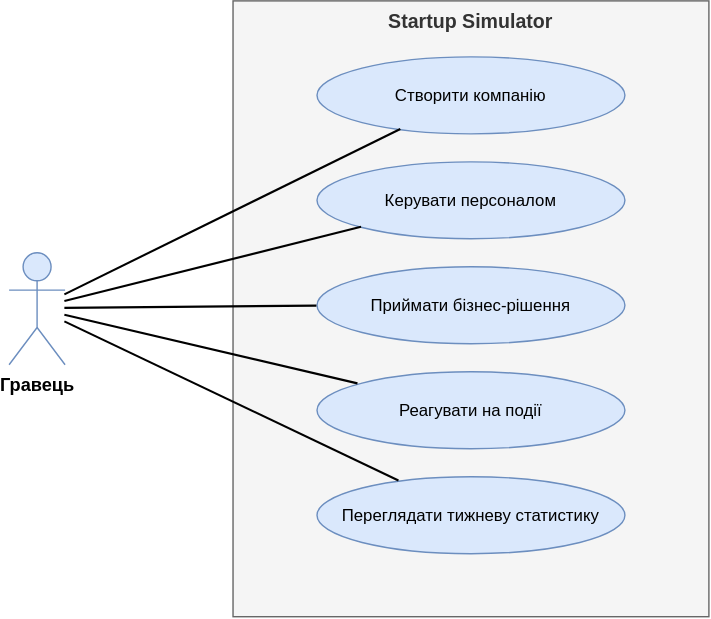
Earlier version of the draw.io export docs/images/use-case.drawio.svg (yehor-kostiuk/sim). Source tidied: cells renumbered, new cells last; positions are measured from the earlier drawing's top-left corner, leaving out a move shared by most shapes.
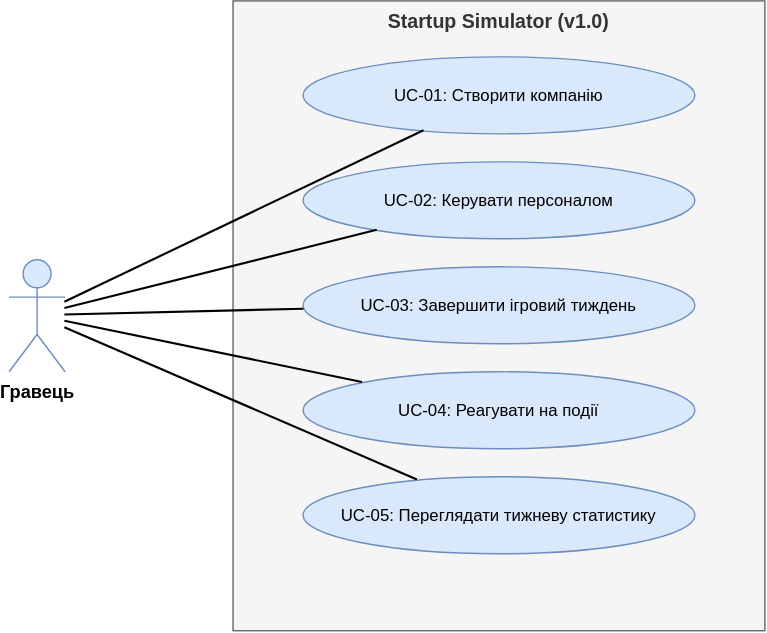
The same file after the commit.

Commit message:
docs: fix UML and CASE model

Diff of the diagram source:
```diff
@@ -2,26 +2,26 @@
   <root>
     <mxCell id="0" />
     <mxCell id="1" parent="0" />
-    <mxCell id="2" value="Startup Simulator" style="rounded=0;whiteSpace=wrap;html=1;verticalAlign=top;fontStyle=1;fontSize=14;fillColor=#f5f5f5;strokeColor=#666666;fontColor=#333333;" parent="1" vertex="1">
-      <mxGeometry x="160" width="340" height="440" as="geometry" />
+    <mxCell id="2" value="Startup Simulator (v1.0)" style="rounded=0;whiteSpace=wrap;html=1;verticalAlign=top;fontStyle=1;fontSize=14;fillColor=#f5f5f5;strokeColor=#666666;fontColor=#333333;" parent="1" vertex="1">
+      <mxGeometry x="170" width="380" height="450" as="geometry" />
     </mxCell>
     <mxCell id="3" value="Гравець" style="shape=umlActor;verticalLabelPosition=bottom;verticalAlign=top;html=1;outlineConnect=0;fontStyle=1;fontSize=13;fillColor=#dae8fc;strokeColor=#6c8ebf;" parent="1" vertex="1">
-      <mxGeometry y="180" width="40" height="80" as="geometry" />
+      <mxGeometry x="10" y="185" width="40" height="80" as="geometry" />
     </mxCell>
-    <mxCell id="4" value="Створити компанію" style="ellipse;whiteSpace=wrap;html=1;fillColor=#dae8fc;strokeColor=#6c8ebf;fontSize=12;" parent="1" vertex="1">
-      <mxGeometry x="220" y="40" width="220" height="55" as="geometry" />
+    <mxCell id="4" value="UC-01: Створити компанію" style="ellipse;whiteSpace=wrap;html=1;fillColor=#dae8fc;strokeColor=#6c8ebf;fontSize=12;" parent="1" vertex="1">
+      <mxGeometry x="220" y="40" width="280" height="55" as="geometry" />
     </mxCell>
-    <mxCell id="5" value="Керувати персоналом" style="ellipse;whiteSpace=wrap;html=1;fillColor=#dae8fc;strokeColor=#6c8ebf;fontSize=12;" parent="1" vertex="1">
-      <mxGeometry x="220" y="115" width="220" height="55" as="geometry" />
+    <mxCell id="5" value="UC-02: Керувати персоналом" style="ellipse;whiteSpace=wrap;html=1;fillColor=#dae8fc;strokeColor=#6c8ebf;fontSize=12;" parent="1" vertex="1">
+      <mxGeometry x="220" y="115" width="280" height="55" as="geometry" />
     </mxCell>
-    <mxCell id="6" value="Приймати бізнес-рішення" style="ellipse;whiteSpace=wrap;html=1;fillColor=#dae8fc;strokeColor=#6c8ebf;fontSize=12;" parent="1" vertex="1">
-      <mxGeometry x="220" y="190" width="220" height="55" as="geometry" />
+    <mxCell id="6" value="UC-03: Завершити ігровий тиждень" style="ellipse;whiteSpace=wrap;html=1;fillColor=#dae8fc;strokeColor=#6c8ebf;fontSize=12;" parent="1" vertex="1">
+      <mxGeometry x="220" y="190" width="280" height="55" as="geometry" />
     </mxCell>
-    <mxCell id="7" value="Реагувати на події" style="ellipse;whiteSpace=wrap;html=1;fillColor=#dae8fc;strokeColor=#6c8ebf;fontSize=12;" parent="1" vertex="1">
-      <mxGeometry x="220" y="265" width="220" height="55" as="geometry" />
+    <mxCell id="7" value="UC-04: Реагувати на події" style="ellipse;whiteSpace=wrap;html=1;fillColor=#dae8fc;strokeColor=#6c8ebf;fontSize=12;" parent="1" vertex="1">
+      <mxGeometry x="220" y="265" width="280" height="55" as="geometry" />
     </mxCell>
-    <mxCell id="8" value="Переглядати тижневу статистику" style="ellipse;whiteSpace=wrap;html=1;fillColor=#dae8fc;strokeColor=#6c8ebf;fontSize=12;" parent="1" vertex="1">
-      <mxGeometry x="220" y="340" width="220" height="55" as="geometry" />
+    <mxCell id="8" value="UC-05: Переглядати тижневу статистику" style="ellipse;whiteSpace=wrap;html=1;fillColor=#dae8fc;strokeColor=#6c8ebf;fontSize=12;" parent="1" vertex="1">
+      <mxGeometry x="220" y="340" width="280" height="55" as="geometry" />
     </mxCell>
     <mxCell id="9" style="endArrow=none;html=1;strokeWidth=1.5;" parent="1" edge="1" source="3" target="4">
       <mxGeometry relative="1" as="geometry" />
```
